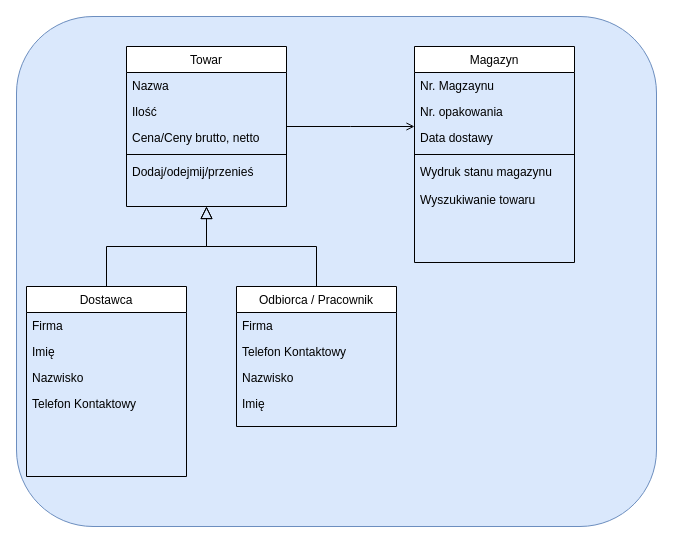
This is Doc/Diagram.drawio from Buczixo/MagazineManagmentProject, a draw.io file, before an edit. Source tidied: cells renumbered, new cells numbered last; positions are measured from the earlier drawing's top-left corner, leaving out a move shared by most shapes. Both pictures are drawn from the tidied source at 100%, with x=0, y=0 at pixel (16, 16).
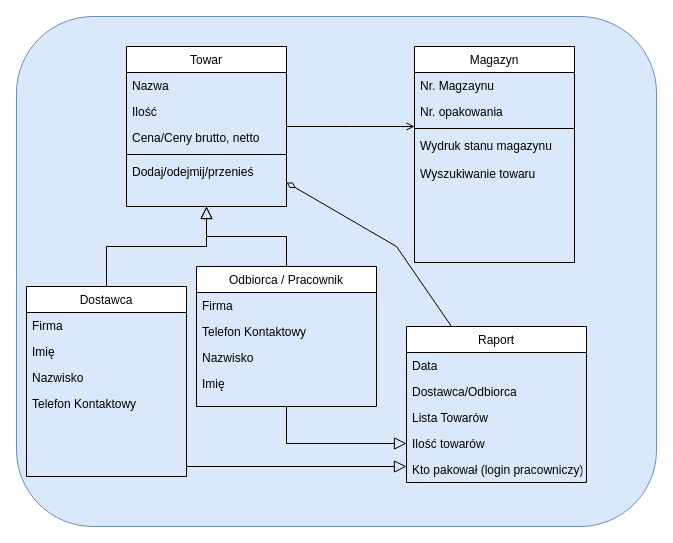
The same diagram, later.

The change refers to these unchanged cells:
```xml
<mxCell id="8" value="Dodaj/odejmij/przenieś" style="text;align=left;verticalAlign=top;spacingLeft=4;spacingRight=4;overflow=hidden;points=[[0,0.5],[1,0.5]];portConstraint=eastwest;" parent="3" vertex="1">
  <mxGeometry y="112" width="160" height="48" as="geometry" />
</mxCell>
<mxCell id="9" value="Dostawca" style="swimlane;fontStyle=0;align=center;verticalAlign=top;horizontal=1;startSize=26;rounded=0;shadow=0;strokeWidth=1;" parent="1" vertex="1">
  <mxGeometry x="10" y="270" width="160" height="190" as="geometry" />
</mxCell>
<mxCell id="21" value="Magazyn" style="swimlane;fontStyle=0;align=center;verticalAlign=top;horizontal=1;startSize=26;rounded=0;shadow=0;strokeWidth=1;" parent="1" vertex="1">
  <mxGeometry x="398" y="30" width="160" height="216" as="geometry" />
</mxCell>
```

The edit, as a diff of the source:
```diff
@@
     <mxCell id="15" value="Odbiorca / Pracownik" style="swimlane;fontStyle=0;align=center;verticalAlign=top;horizontal=1;startSize=26;rounded=0;shadow=0;strokeWidth=1;" parent="1" vertex="1">
-      <mxGeometry x="220" y="270" width="160" height="140" as="geometry" />
+      <mxGeometry x="180" y="250" width="180" height="140" as="geometry" />
     </mxCell>
     <mxCell id="16" value="Firma" style="text;align=left;verticalAlign=top;spacingLeft=4;spacingRight=4;overflow=hidden;" parent="15" vertex="1">
-      <mxGeometry y="26" width="160" height="26" as="geometry" />
+      <mxGeometry y="26" width="180" height="26" as="geometry" />
     </mxCell>
     <mxCell id="17" value="Telefon Kontaktowy" style="text;align=left;verticalAlign=top;spacingLeft=4;spacingRight=4;overflow=hidden;rounded=0;shadow=0;html=0;" parent="15" vertex="1">
-      <mxGeometry y="52" width="160" height="26" as="geometry" />
+      <mxGeometry y="52" width="180" height="26" as="geometry" />
     </mxCell>
     <mxCell id="18" value="Nazwisko" style="text;align=left;verticalAlign=top;spacingLeft=4;spacingRight=4;overflow=hidden;rounded=0;shadow=0;html=0;" parent="15" vertex="1">
-      <mxGeometry y="78" width="160" height="26" as="geometry" />
+      <mxGeometry y="78" width="180" height="26" as="geometry" />
     </mxCell>
     <mxCell id="19" value="Imię" style="text;align=left;verticalAlign=top;spacingLeft=4;spacingRight=4;overflow=hidden;rounded=0;shadow=0;html=0;" parent="15" vertex="1">
-      <mxGeometry y="104" width="160" height="26" as="geometry" />
+      <mxGeometry y="104" width="180" height="26" as="geometry" />
     </mxCell>
@@
-    <mxCell id="24" value="Data dostawy" style="text;align=left;verticalAlign=top;spacingLeft=4;spacingRight=4;overflow=hidden;rounded=0;shadow=0;html=0;" parent="21" vertex="1">
-      <mxGeometry y="78" width="160" height="26" as="geometry" />
-    </mxCell>
     <mxCell id="25" style="line;html=1;strokeWidth=1;align=left;verticalAlign=middle;spacingTop=-1;spacingLeft=3;spacingRight=3;labelPosition=right;" parent="21" vertex="1">
-      <mxGeometry y="104" width="160" height="8" as="geometry" />
+      <mxGeometry y="78" width="160" height="8" as="geometry" />
     </mxCell>
     <mxCell id="26" value="Wydruk stanu magazynu" style="text;align=left;verticalAlign=top;spacingLeft=4;spacingRight=4;overflow=hidden;" parent="21" vertex="1">
-      <mxGeometry y="112" width="160" height="28" as="geometry" />
+      <mxGeometry y="86" width="160" height="28" as="geometry" />
     </mxCell>
     <mxCell id="27" value="Wyszukiwanie towaru" style="text;align=left;verticalAlign=top;spacingLeft=4;spacingRight=4;overflow=hidden;" parent="21" vertex="1">
-      <mxGeometry y="140" width="160" height="26" as="geometry" />
+      <mxGeometry y="114" width="160" height="26" as="geometry" />
     </mxCell>
@@
+    <mxCell id="29" value="Raport" style="swimlane;fontStyle=0;align=center;verticalAlign=top;horizontal=1;startSize=26;rounded=0;shadow=0;strokeWidth=1;" parent="1" vertex="1">
+      <mxGeometry x="390" y="310" width="180" height="156" as="geometry" />
+    </mxCell>
+    <mxCell id="30" value="Data" style="text;align=left;verticalAlign=top;spacingLeft=4;spacingRight=4;overflow=hidden;" parent="29" vertex="1">
+      <mxGeometry y="26" width="180" height="26" as="geometry" />
+    </mxCell>
+    <mxCell id="31" value="Dostawca/Odbiorca" style="text;align=left;verticalAlign=top;spacingLeft=4;spacingRight=4;overflow=hidden;rounded=0;shadow=0;html=0;" parent="29" vertex="1">
+      <mxGeometry y="52" width="180" height="26" as="geometry" />
+    </mxCell>
+    <mxCell id="32" value="Lista Towarów" style="text;align=left;verticalAlign=top;spacingLeft=4;spacingRight=4;overflow=hidden;rounded=0;shadow=0;html=0;" parent="29" vertex="1">
+      <mxGeometry y="78" width="180" height="26" as="geometry" />
+    </mxCell>
+    <mxCell id="33" value="Ilość towarów" style="text;align=left;verticalAlign=top;spacingLeft=4;spacingRight=4;overflow=hidden;points=[[0,0.5],[1,0.5]];portConstraint=eastwest;rounded=0;shadow=0;html=0;" parent="29" vertex="1">
+      <mxGeometry y="104" width="180" height="26" as="geometry" />
+    </mxCell>
+    <mxCell id="34" value="Kto pakował (login pracowniczy)" style="text;align=left;verticalAlign=top;spacingLeft=4;spacingRight=4;overflow=hidden;rounded=0;shadow=0;html=0;" parent="29" vertex="1">
+      <mxGeometry y="130" width="180" height="26" as="geometry" />
+    </mxCell>
+    <mxCell id="35" style="endArrow=none;startArrow=diamondThin;endFill=0;startFill=0;html=1;verticalAlign=bottom;labelBackgroundColor=none;strokeWidth=1;startSize=8;endSize=8;rounded=0;fontSize=9;exitX=1;exitY=0.5;exitDx=0;exitDy=0;entryX=0.25;entryY=0;entryDx=0;entryDy=0;" parent="1" edge="1" source="8" target="29">
+      <mxGeometry relative="1" as="geometry">
+        <Array as="points">
+          <mxPoint x="380" y="230" />
+        </Array>
+      </mxGeometry>
+    </mxCell>
+    <mxCell id="36" style="endArrow=block;endSize=10;endFill=0;shadow=0;strokeWidth=1;rounded=0;edgeStyle=elbowEdgeStyle;elbow=vertical;entryX=0;entryY=0.5;entryDx=0;entryDy=0;exitX=0.5;exitY=1;exitDx=0;exitDy=0;" parent="1" edge="1" source="15" target="33">
+      <mxGeometry relative="1" as="geometry">
+        <Array as="points">
+          <mxPoint x="340" y="427" />
+        </Array>
+      </mxGeometry>
+    </mxCell>
+    <mxCell id="37" style="endArrow=block;endSize=10;endFill=0;shadow=0;strokeWidth=1;rounded=0;edgeStyle=elbowEdgeStyle;elbow=vertical;exitX=1;exitY=0.75;exitDx=0;exitDy=0;" parent="1" edge="1" source="9">
+      <mxGeometry relative="1" as="geometry">
+        <mxPoint x="390" y="450" as="targetPoint" />
+        <Array as="points">
+          <mxPoint x="250" y="450" />
+          <mxPoint x="250" y="430" />
+        </Array>
+      </mxGeometry>
+    </mxCell>
```
